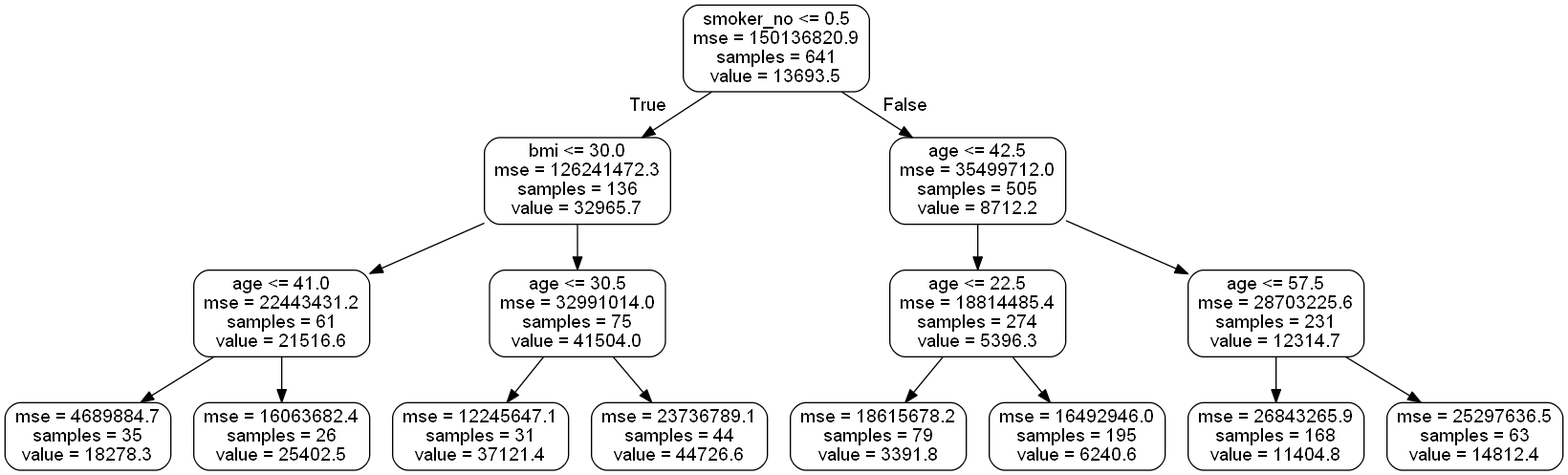
Earlier version of the Graphviz export small_tree.png (jasonzelaya/Health-Insurance-Cost-Forecast). Its source is kept beside it as small_tree.dot.
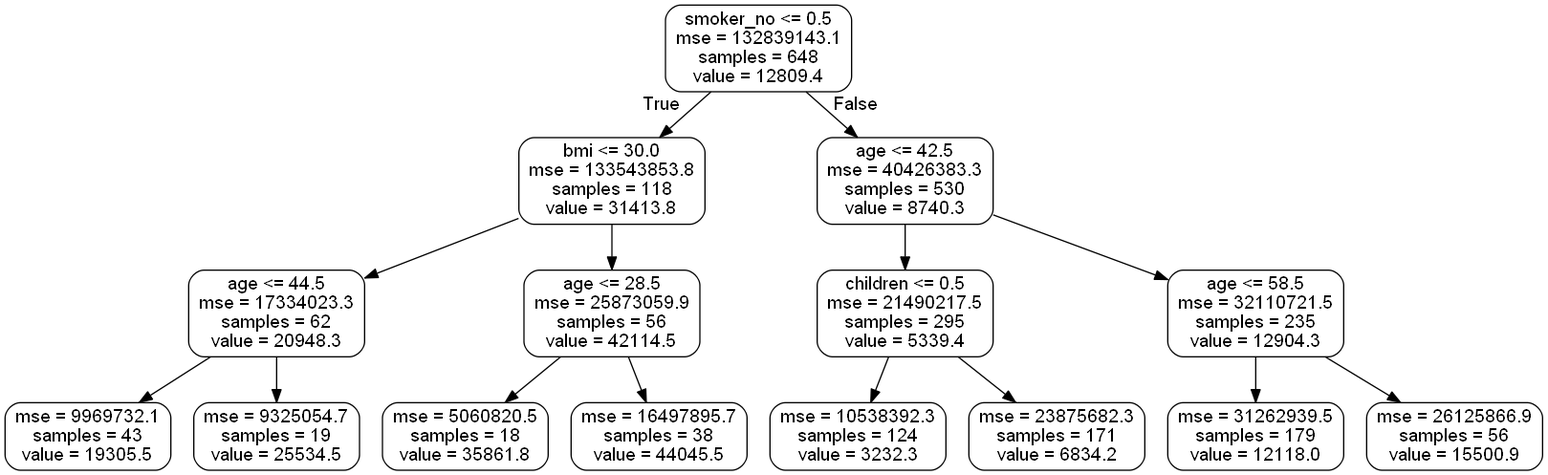
After the change.

The edit, as a diff of the source:
```diff
@@ -1,33 +1,33 @@
 digraph Tree {
 node [shape=box, style="rounded", color="black", fontname=helvetica] ;
 edge [fontname=helvetica] ;
-0 [label="smoker_no <= 0.5\nmse = 150136820.9\nsamples = 641\nvalue = 13693.5"] ;
-1 [label="bmi <= 30.0\nmse = 126241472.3\nsamples = 136\nvalue = 32965.7"] ;
+0 [label="smoker_no <= 0.5\nmse = 132839143.1\nsamples = 648\nvalue = 12809.4"] ;
+1 [label="bmi <= 30.0\nmse = 133543853.8\nsamples = 118\nvalue = 31413.8"] ;
 0 -> 1 [labeldistance=2.5, labelangle=45, headlabel="True"] ;
-2 [label="age <= 41.0\nmse = 22443431.2\nsamples = 61\nvalue = 21516.6"] ;
+2 [label="age <= 44.5\nmse = 17334023.3\nsamples = 62\nvalue = 20948.3"] ;
 1 -> 2 ;
-3 [label="mse = 4689884.7\nsamples = 35\nvalue = 18278.3"] ;
+3 [label="mse = 9969732.1\nsamples = 43\nvalue = 19305.5"] ;
 2 -> 3 ;
-4 [label="mse = 16063682.4\nsamples = 26\nvalue = 25402.5"] ;
+4 [label="mse = 9325054.7\nsamples = 19\nvalue = 25534.5"] ;
 2 -> 4 ;
-5 [label="age <= 30.5\nmse = 32991014.0\nsamples = 75\nvalue = 41504.0"] ;
+5 [label="age <= 28.5\nmse = 25873059.9\nsamples = 56\nvalue = 42114.5"] ;
 1 -> 5 ;
-6 [label="mse = 12245647.1\nsamples = 31\nvalue = 37121.4"] ;
+6 [label="mse = 5060820.5\nsamples = 18\nvalue = 35861.8"] ;
 5 -> 6 ;
-7 [label="mse = 23736789.1\nsamples = 44\nvalue = 44726.6"] ;
+7 [label="mse = 16497895.7\nsamples = 38\nvalue = 44045.5"] ;
 5 -> 7 ;
-8 [label="age <= 42.5\nmse = 35499712.0\nsamples = 505\nvalue = 8712.2"] ;
+8 [label="age <= 42.5\nmse = 40426383.3\nsamples = 530\nvalue = 8740.3"] ;
 0 -> 8 [labeldistance=2.5, labelangle=-45, headlabel="False"] ;
-9 [label="age <= 22.5\nmse = 18814485.4\nsamples = 274\nvalue = 5396.3"] ;
+9 [label="children <= 0.5\nmse = 21490217.5\nsamples = 295\nvalue = 5339.4"] ;
 8 -> 9 ;
-10 [label="mse = 18615678.2\nsamples = 79\nvalue = 3391.8"] ;
+10 [label="mse = 10538392.3\nsamples = 124\nvalue = 3232.3"] ;
 9 -> 10 ;
-11 [label="mse = 16492946.0\nsamples = 195\nvalue = 6240.6"] ;
+11 [label="mse = 23875682.3\nsamples = 171\nvalue = 6834.2"] ;
 9 -> 11 ;
-12 [label="age <= 57.5\nmse = 28703225.6\nsamples = 231\nvalue = 12314.7"] ;
+12 [label="age <= 58.5\nmse = 32110721.5\nsamples = 235\nvalue = 12904.3"] ;
 8 -> 12 ;
-13 [label="mse = 26843265.9\nsamples = 168\nvalue = 11404.8"] ;
+13 [label="mse = 31262939.5\nsamples = 179\nvalue = 12118.0"] ;
 12 -> 13 ;
-14 [label="mse = 25297636.5\nsamples = 63\nvalue = 14812.4"] ;
+14 [label="mse = 26125866.9\nsamples = 56\nvalue = 15500.9"] ;
 12 -> 14 ;
 }
```
